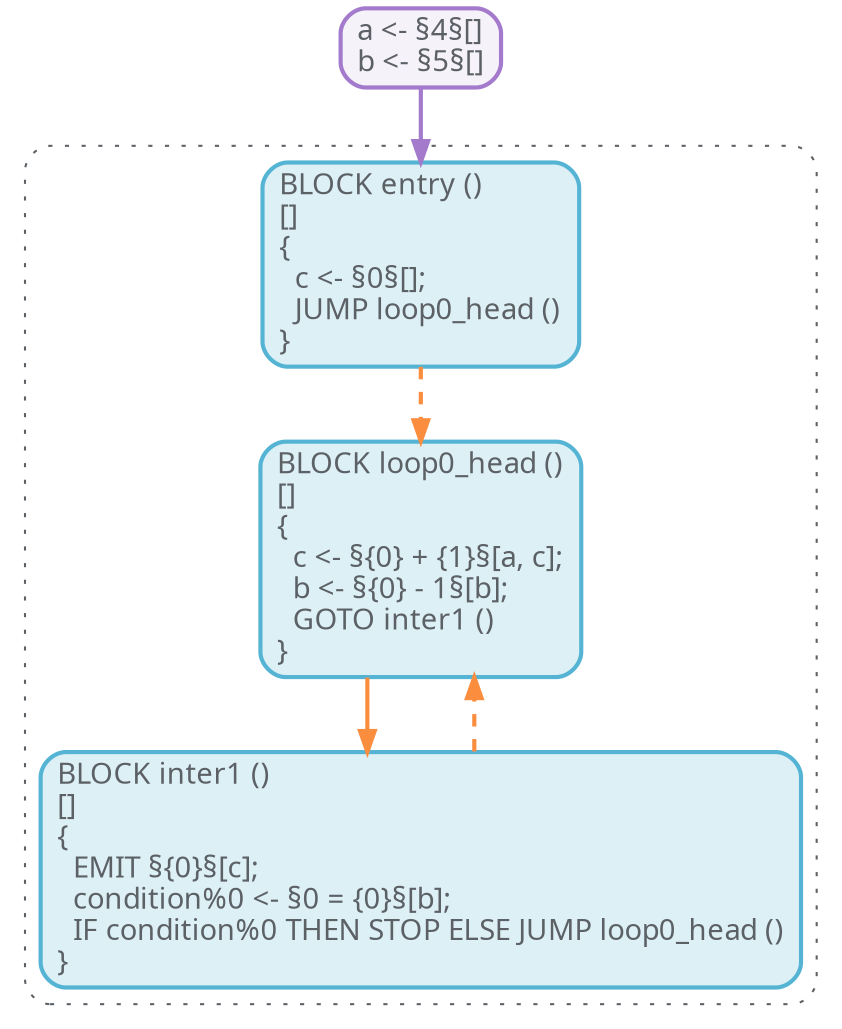
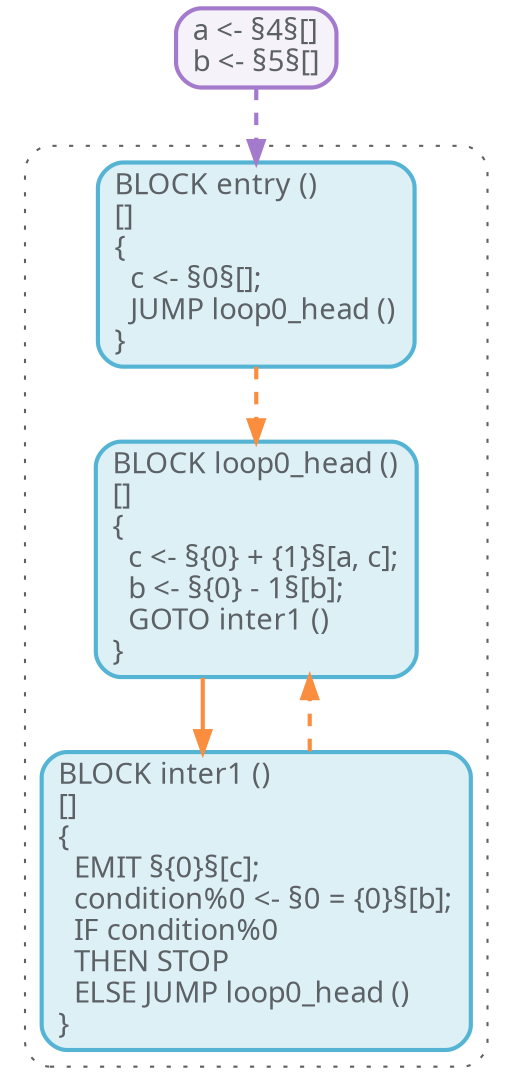
digraph "%pdg%" {
-   rankdir="TB";
  node [
    shape=rectangle,
    nojustify=true,
    penwidth=2,
    style="rounded,filled",
    fontcolor="#5C6166",
    fontname = "PragmataPro",
  ];
  graph [
    fontname = "PragmataPro",
    splines=ortho
  ];
  edge [
    fontname = "PragmataPro",
    penwidth=2,
    color="#FA8D3E"
  ];
  subgraph "%cfg%" {
-     rankdir="LR";
    cluster=true;
    style="rounded,dotted";
    color="#5C6166";
    node [
      fillcolor="#DDF0F6",
      color="#55B4D4"
    ];
    edge [
      color="#FA8D3E"
    ];
    "entry" [label="BLOCK entry ()\l[]\l{\l  c <- §0§[];\l  JUMP loop0_head ()\l}\l"];
    "loop0_head" [label="BLOCK loop0_head ()\l[]\l{\l  c <- §{0} + {1}§[a, c];\l  b <- §{0} - 1§[b];\l  GOTO inter1 ()\l}\l"];
-     "inter1" [label="BLOCK inter1 ()\l[]\l{\l  EMIT §{0}§[c];\l  condition%0 <- §0 = {0}§[b];\l  IF condition%0 THEN STOP ELSE JUMP loop0_head ()\l}\l"];
+     "inter1" [label="BLOCK inter1 ()\l[]\l{\l  EMIT §{0}§[c];\l  condition%0 <- §0 = {0}§[b];\l  IF condition%0\l  THEN STOP\l  ELSE JUMP loop0_head ()\l}\l"];
    "entry" -> "loop0_head" [style="dashed"];
    "loop0_head" -> "inter1" [style="solid"];
    "inter1" -> "loop0_head" [style="dashed"];
  }
  subgraph "%inputs%" {
    node [
      fillcolor="#F6F2F9",
      color="#A37ACC";
    ];
    edge [
-       color="#A37ACC"
+       color="#A37ACC",
+       style="dashed"
    ];
-     "%inputs%" [label="a <- §4§[]\lb <- §5§[]"];
+     "%inputs%" [label="a <- §4§[]\lb <- §5§[]\l"];
    "%inputs%" -> "entry";
  }
}
